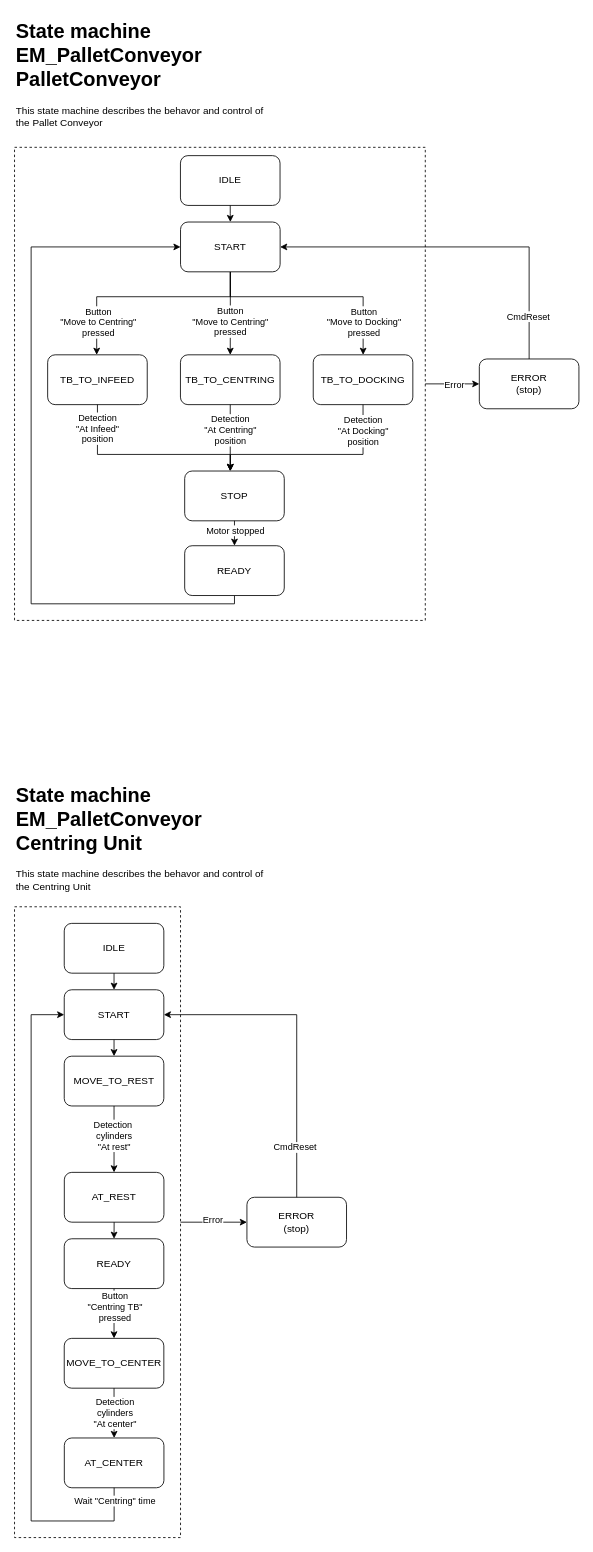
Above: page "EM_PalletConveyor" (5 of 6) of Documentation/StateMachine and Sequence Diagrams.drawio in KMWE/KMWE_CleanroomConnect (draw.io), before the change. Source tidied: cells renumbered, new cells numbered last; positions are measured from the earlier drawing's top-left corner, leaving out a move shared by most shapes. Both pictures are drawn from the tidied source at 83%, with x=0, y=0 at pixel (14, 14).
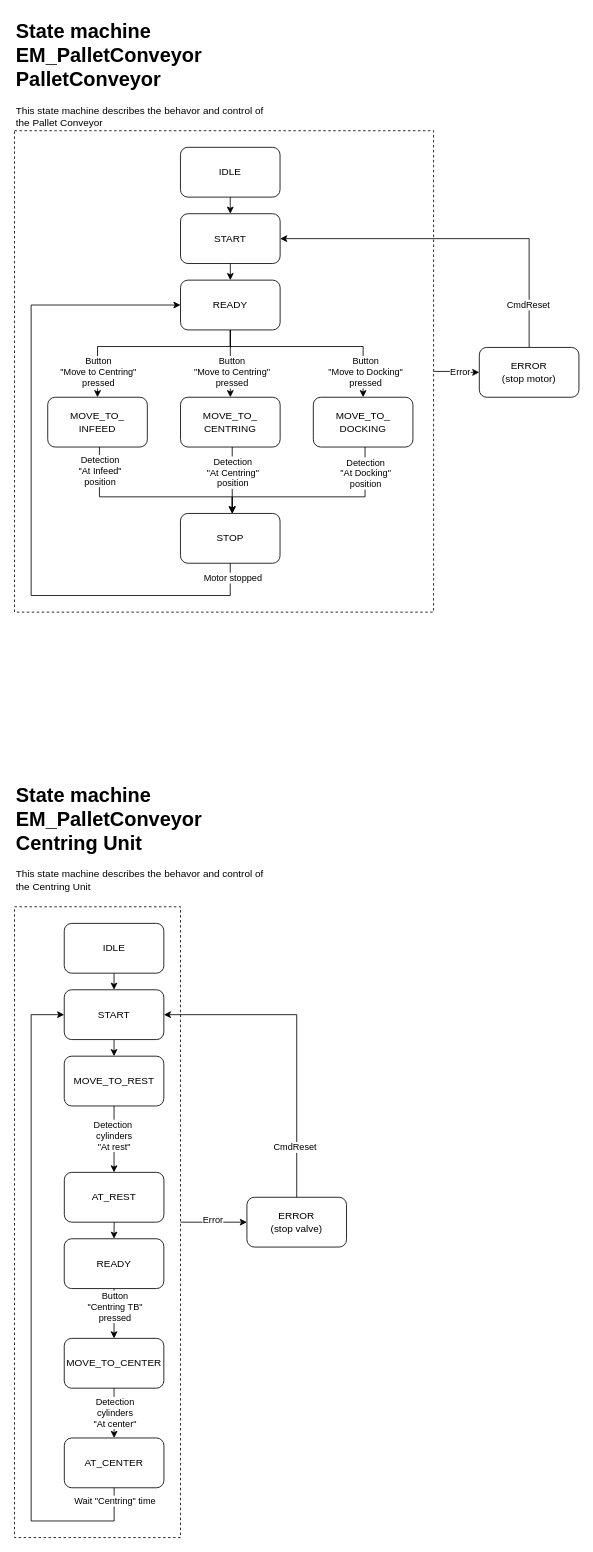
The same diagram, later.

The edit, as a diff of the source:
```diff
@@
+    <mxCell id="3" style="rounded=0;whiteSpace=wrap;html=1;fillColor=none;dashed=1;" parent="1" vertex="1">
+      <mxGeometry y="140" width="504.9" height="580" as="geometry" />
+    </mxCell>
@@
-    <mxCell id="3" style="rounded=0;whiteSpace=wrap;html=1;fillColor=none;dashed=1;" parent="1" vertex="1">
-      <mxGeometry y="160" width="494.9" height="570" as="geometry" />
-    </mxCell>
@@
-    <mxCell id="5" value="TB_TO_INFEED" style="rounded=1;whiteSpace=wrap;html=1;" parent="1" vertex="1">
-      <mxGeometry x="39.9" y="410" width="120" height="60" as="geometry" />
+    <mxCell id="5" value="MOVE_&lt;span style=&quot;background-color: initial;&quot;&gt;TO&lt;/span&gt;&lt;span style=&quot;background-color: initial;&quot;&gt;_&lt;/span&gt;&lt;div&gt;&lt;span style=&quot;background-color: initial;&quot;&gt;INFEED&lt;/span&gt;&lt;/div&gt;" style="rounded=1;whiteSpace=wrap;html=1;" parent="1" vertex="1">
+      <mxGeometry x="40" y="461.1" width="120" height="60" as="geometry" />
     </mxCell>
     <mxCell id="6" value="STOP" style="rounded=1;whiteSpace=wrap;html=1;" parent="1" vertex="1">
-      <mxGeometry x="205" y="550" width="120" height="60" as="geometry" />
+      <mxGeometry x="199.9" y="601.1" width="120" height="60" as="geometry" />
     </mxCell>
     <mxCell id="7" value="IDLE" style="rounded=1;whiteSpace=wrap;html=1;" parent="1" vertex="1">
-      <mxGeometry x="199.9" y="170" width="120" height="60" as="geometry" />
+      <mxGeometry x="199.9" y="160" width="120" height="60" as="geometry" />
     </mxCell>
-    <mxCell id="8" value="ERROR&lt;br&gt;(stop)" style="rounded=1;whiteSpace=wrap;html=1;" parent="1" vertex="1">
-      <mxGeometry x="560" y="415" width="120" height="60" as="geometry" />
+    <mxCell id="8" value="ERROR&lt;br&gt;(stop motor)" style="rounded=1;whiteSpace=wrap;html=1;" parent="1" vertex="1">
+      <mxGeometry x="560" y="401.1" width="120" height="60" as="geometry" />
     </mxCell>
     <mxCell id="9" style="endArrow=classic;html=1;rounded=0;edgeStyle=orthogonalEdgeStyle;exitX=0.5;exitY=0;exitDx=0;exitDy=0;entryX=1;entryY=0.5;entryDx=0;entryDy=0;" parent="1" edge="1" source="8" target="48">
       <mxGeometry relative="1" as="geometry">
         <Array as="points">
-          <mxPoint x="620" y="280" />
+          <mxPoint x="620" y="270" />
         </Array>
       </mxGeometry>
     </mxCell>
@@
-    <mxCell id="13" style="endArrow=classic;html=1;rounded=0;edgeStyle=orthogonalEdgeStyle;exitX=0.5;exitY=1;exitDx=0;exitDy=0;entryX=0;entryY=0.5;entryDx=0;entryDy=0;" parent="1" edge="1" source="50" target="48">
-      <mxGeometry relative="1" as="geometry">
-        <Array as="points">
-          <mxPoint x="265" y="710" />
-          <mxPoint x="20" y="710" />
-          <mxPoint x="20" y="280" />
-        </Array>
-      </mxGeometry>
-    </mxCell>
-    <mxCell id="14" value="TB_TO_CENTRING" style="rounded=1;whiteSpace=wrap;html=1;" parent="1" vertex="1">
-      <mxGeometry x="199.9" y="410" width="120" height="60" as="geometry" />
+    <mxCell id="14" value="MOVE_&lt;span style=&quot;background-color: initial;&quot;&gt;TO&lt;/span&gt;&lt;span style=&quot;background-color: initial;&quot;&gt;_&lt;/span&gt;&lt;div&gt;&lt;span style=&quot;background-color: initial;&quot;&gt;CENTRING&lt;/span&gt;&lt;/div&gt;" style="rounded=1;whiteSpace=wrap;html=1;" parent="1" vertex="1">
+      <mxGeometry x="200" y="461.1" width="120" height="60" as="geometry" />
     </mxCell>
-    <mxCell id="15" value="TB_TO_DOCKING" style="rounded=1;whiteSpace=wrap;html=1;" parent="1" vertex="1">
-      <mxGeometry x="359.9" y="410" width="120" height="60" as="geometry" />
+    <mxCell id="15" value="MOVE_&lt;span style=&quot;background-color: initial;&quot;&gt;TO&lt;/span&gt;&lt;span style=&quot;background-color: initial;&quot;&gt;_&lt;/span&gt;&lt;div&gt;&lt;span style=&quot;background-color: initial;&quot;&gt;DOCKING&lt;/span&gt;&lt;/div&gt;" style="rounded=1;whiteSpace=wrap;html=1;" parent="1" vertex="1">
+      <mxGeometry x="360" y="461.1" width="120" height="60" as="geometry" />
     </mxCell>
-    <mxCell id="16" style="endArrow=classic;html=1;rounded=0;edgeStyle=orthogonalEdgeStyle;exitX=0.5;exitY=1;exitDx=0;exitDy=0;" parent="1" edge="1" source="48" target="14">
+    <mxCell id="16" style="endArrow=classic;html=1;rounded=0;edgeStyle=orthogonalEdgeStyle;exitX=0.5;exitY=1;exitDx=0;exitDy=0;" parent="1" edge="1" source="50" target="14">
       <mxGeometry relative="1" as="geometry" />
     </mxCell>
     <mxCell id="17" value="Button&lt;div&gt;&quot;Move to Centring&quot;&lt;div&gt;pressed&lt;/div&gt;&lt;/div&gt;" style="edgeLabel;html=1;align=center;verticalAlign=middle;" parent="16" vertex="1">
       <mxGeometry x="0.02" relative="1" as="geometry">
-        <mxPoint y="9" as="offset" />
+        <mxPoint x="1" y="9" as="offset" />
       </mxGeometry>
     </mxCell>
-    <mxCell id="18" style="endArrow=classic;html=1;rounded=0;edgeStyle=orthogonalEdgeStyle;exitX=0.5;exitY=1;exitDx=0;exitDy=0;" parent="1" edge="1" source="48" target="15">
+    <mxCell id="18" style="endArrow=classic;html=1;rounded=0;edgeStyle=orthogonalEdgeStyle;exitX=0.5;exitY=1;exitDx=0;exitDy=0;" parent="1" edge="1" source="50" target="15">
       <mxGeometry relative="1" as="geometry">
         <Array as="points">
-          <mxPoint x="260" y="340" />
-          <mxPoint x="420" y="340" />
+          <mxPoint x="260" y="400" />
+          <mxPoint x="420" y="400" />
         </Array>
       </mxGeometry>
     </mxCell>
     <mxCell id="19" value="Button&lt;div&gt;&quot;Move to Docking&quot;&lt;div&gt;pressed&lt;/div&gt;&lt;/div&gt;" style="edgeLabel;html=1;align=center;verticalAlign=middle;" parent="18" vertex="1">
       <mxGeometry x="0.61" y="1" relative="1" as="geometry">
-        <mxPoint x="-1" y="11" as="offset" />
+        <mxPoint x="1" y="16" as="offset" />
       </mxGeometry>
     </mxCell>
     <mxCell id="20" style="endArrow=classic;html=1;rounded=0;edgeStyle=orthogonalEdgeStyle;" parent="1" edge="1" source="5" target="6">
       <mxGeometry relative="1" as="geometry">
         <Array as="points">
-          <mxPoint x="100" y="530" />
-          <mxPoint x="260" y="530" />
+          <mxPoint x="102.3" y="581.1" />
+          <mxPoint x="262.3" y="581.1" />
         </Array>
       </mxGeometry>
     </mxCell>
@@
     <mxCell id="22" style="endArrow=classic;html=1;rounded=0;edgeStyle=orthogonalEdgeStyle;" parent="1" edge="1" source="14" target="6">
       <mxGeometry relative="1" as="geometry">
         <Array as="points">
-          <mxPoint x="260" y="530" />
-          <mxPoint x="260" y="530" />
+          <mxPoint x="262.3" y="581.1" />
+          <mxPoint x="262.3" y="581.1" />
         </Array>
       </mxGeometry>
     </mxCell>
@@
     <mxCell id="24" style="endArrow=classic;html=1;rounded=0;edgeStyle=orthogonalEdgeStyle;" parent="1" edge="1" source="15" target="6">
       <mxGeometry relative="1" as="geometry">
         <Array as="points">
-          <mxPoint x="420" y="530" />
-          <mxPoint x="260" y="530" />
+          <mxPoint x="422.3" y="581.1" />
+          <mxPoint x="262.3" y="581.1" />
         </Array>
       </mxGeometry>
     </mxCell>
@@
-    <mxCell id="26" style="endArrow=classic;html=1;rounded=0;edgeStyle=orthogonalEdgeStyle;exitX=0.5;exitY=1;exitDx=0;exitDy=0;" parent="1" edge="1" source="48" target="5">
+    <mxCell id="26" style="endArrow=classic;html=1;rounded=0;edgeStyle=orthogonalEdgeStyle;" parent="1" edge="1" source="50" target="5">
       <mxGeometry relative="1" as="geometry">
         <Array as="points">
-          <mxPoint x="260" y="340" />
-          <mxPoint x="99" y="340" />
+          <mxPoint x="260" y="400" />
+          <mxPoint x="100" y="400" />
         </Array>
       </mxGeometry>
     </mxCell>
@@
-    <mxCell id="30" value="ERROR&lt;br&gt;(stop)" style="rounded=1;whiteSpace=wrap;html=1;" parent="1" vertex="1">
+    <mxCell id="30" value="ERROR&lt;br&gt;(stop valve)" style="rounded=1;whiteSpace=wrap;html=1;" parent="1" vertex="1">
       <mxGeometry x="280" y="1425" width="120" height="60" as="geometry" />
     </mxCell>
@@
     <mxCell id="48" value="START" style="rounded=1;whiteSpace=wrap;html=1;" parent="1" vertex="1">
-      <mxGeometry x="200" y="250" width="120" height="60" as="geometry" />
+      <mxGeometry x="200" y="240" width="120" height="60" as="geometry" />
     </mxCell>
@@
     <mxCell id="50" value="READY" style="rounded=1;whiteSpace=wrap;html=1;" parent="1" vertex="1">
-      <mxGeometry x="205" y="640" width="120" height="60" as="geometry" />
+      <mxGeometry x="200" y="320" width="120" height="60" as="geometry" />
     </mxCell>
-    <mxCell id="51" style="endArrow=classic;html=1;rounded=0;edgeStyle=orthogonalEdgeStyle;exitX=0.5;exitY=1;exitDx=0;exitDy=0;entryX=0.5;entryY=0;entryDx=0;entryDy=0;" parent="1" edge="1" source="6" target="50">
-      <mxGeometry relative="1" as="geometry" />
+    <mxCell id="51" style="endArrow=classic;html=1;rounded=0;edgeStyle=orthogonalEdgeStyle;exitX=0.5;exitY=1;exitDx=0;exitDy=0;entryX=0;entryY=0.5;entryDx=0;entryDy=0;" parent="1" edge="1" source="6" target="50">
+      <mxGeometry relative="1" as="geometry">
+        <Array as="points">
+          <mxPoint x="260" y="661" />
+          <mxPoint x="260" y="700" />
+          <mxPoint x="20" y="700" />
+          <mxPoint x="20" y="350" />
+        </Array>
+      </mxGeometry>
     </mxCell>
     <mxCell id="52" value="Motor stopped" style="edgeLabel;html=1;align=center;verticalAlign=middle;" parent="51" vertex="1">
-      <mxGeometry x="-0.3" relative="1" as="geometry" />
+      <mxGeometry x="-0.3" relative="1" as="geometry">
+        <mxPoint x="242" y="-17" as="offset" />
+      </mxGeometry>
     </mxCell>
@@
+    <mxCell id="57" style="endArrow=classic;html=1;rounded=0;edgeStyle=orthogonalEdgeStyle;exitX=0.5;exitY=1;exitDx=0;exitDy=0;entryX=0.5;entryY=0;entryDx=0;entryDy=0;" parent="1" edge="1" source="48" target="50">
+      <mxGeometry relative="1" as="geometry" />
+    </mxCell>
```
